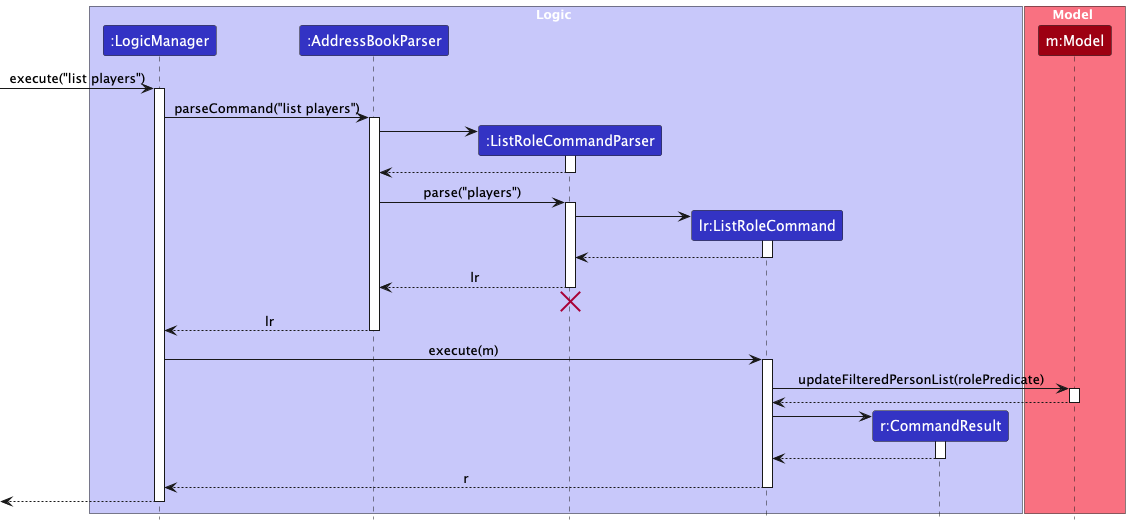
Before: docs/images/ListRoleSequenceDiagram.png, a diagram exported from PlantUML (AY2526S2-CS2103-F08-2/tp). Its diagram source:
```plantuml
@startuml
!include style.puml
skinparam ArrowFontStyle plain

box Logic LOGIC_COLOR_T1
participant ":LogicManager" as LogicManager LOGIC_COLOR
participant ":AddressBookParser" as AddressBookParser LOGIC_COLOR
participant ":ListRoleCommandParser" as ListRoleCommandParser LOGIC_COLOR
participant "lr:ListRoleCommand" as ListRoleCommand LOGIC_COLOR
participant "r:CommandResult" as CommandResult LOGIC_COLOR
end box

box Model MODEL_COLOR_T1
participant "m:Model" as Model MODEL_COLOR
end box

[-> LogicManager : execute("list players")
activate LogicManager

LogicManager -> AddressBookParser : parseCommand("list players")
activate AddressBookParser

create ListRoleCommandParser
AddressBookParser -> ListRoleCommandParser
activate ListRoleCommandParser

ListRoleCommandParser --> AddressBookParser
deactivate ListRoleCommandParser

AddressBookParser -> ListRoleCommandParser : parse("players")
activate ListRoleCommandParser

create ListRoleCommand
ListRoleCommandParser -> ListRoleCommand
activate ListRoleCommand

ListRoleCommand --> ListRoleCommandParser
deactivate ListRoleCommand

ListRoleCommandParser --> AddressBookParser : lr
deactivate ListRoleCommandParser
ListRoleCommandParser -[hidden]-> AddressBookParser
destroy ListRoleCommandParser

AddressBookParser --> LogicManager : lr
deactivate AddressBookParser

LogicManager -> ListRoleCommand : execute(m)
activate ListRoleCommand

ListRoleCommand -> Model : updateFilteredPersonList(rolePredicate)
activate Model
Model --> ListRoleCommand
deactivate Model

create CommandResult
ListRoleCommand -> CommandResult
activate CommandResult
CommandResult --> ListRoleCommand
deactivate CommandResult

ListRoleCommand --> LogicManager : r
deactivate ListRoleCommand

[<--LogicManager
deactivate LogicManager
@enduml
```
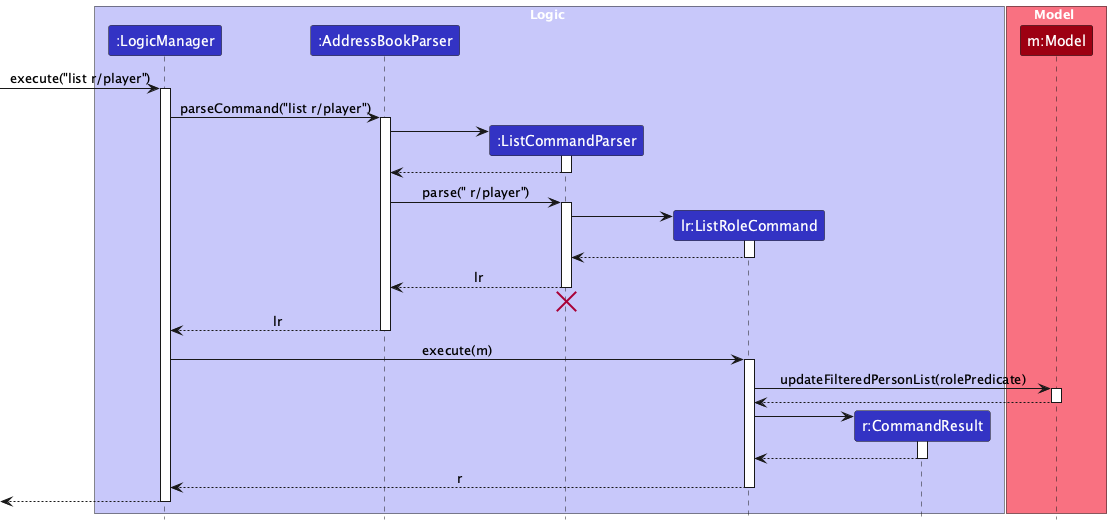
Above is the later version.

Commit message:
doc: update according to new list intergration

The edit, as a diff of the source:
```diff
@@ -5,7 +5,7 @@
 box Logic LOGIC_COLOR_T1
 participant ":LogicManager" as LogicManager LOGIC_COLOR
 participant ":AddressBookParser" as AddressBookParser LOGIC_COLOR
-participant ":ListRoleCommandParser" as ListRoleCommandParser LOGIC_COLOR
+participant ":ListCommandParser" as ListCommandParser LOGIC_COLOR
 participant "lr:ListRoleCommand" as ListRoleCommand LOGIC_COLOR
 participant "r:CommandResult" as CommandResult LOGIC_COLOR
 end box
@@ -14,33 +14,33 @@
 participant "m:Model" as Model MODEL_COLOR
 end box
 
-[-> LogicManager : execute("list players")
+[-> LogicManager : execute("list r/player")
 activate LogicManager
 
-LogicManager -> AddressBookParser : parseCommand("list players")
+LogicManager -> AddressBookParser : parseCommand("list r/player")
 activate AddressBookParser
 
-create ListRoleCommandParser
-AddressBookParser -> ListRoleCommandParser
-activate ListRoleCommandParser
+create ListCommandParser
+AddressBookParser -> ListCommandParser
+activate ListCommandParser
 
-ListRoleCommandParser --> AddressBookParser
-deactivate ListRoleCommandParser
+ListCommandParser --> AddressBookParser
+deactivate ListCommandParser
 
-AddressBookParser -> ListRoleCommandParser : parse("players")
-activate ListRoleCommandParser
+AddressBookParser -> ListCommandParser : parse(" r/player")
+activate ListCommandParser
 
 create ListRoleCommand
-ListRoleCommandParser -> ListRoleCommand
+ListCommandParser -> ListRoleCommand
 activate ListRoleCommand
 
-ListRoleCommand --> ListRoleCommandParser
+ListRoleCommand --> ListCommandParser
 deactivate ListRoleCommand
 
-ListRoleCommandParser --> AddressBookParser : lr
-deactivate ListRoleCommandParser
-ListRoleCommandParser -[hidden]-> AddressBookParser
-destroy ListRoleCommandParser
+ListCommandParser --> AddressBookParser : lr
+deactivate ListCommandParser
+ListCommandParser -[hidden]-> AddressBookParser
+destroy ListCommandParser
 
 AddressBookParser --> LogicManager : lr
 deactivate AddressBookParser
```
